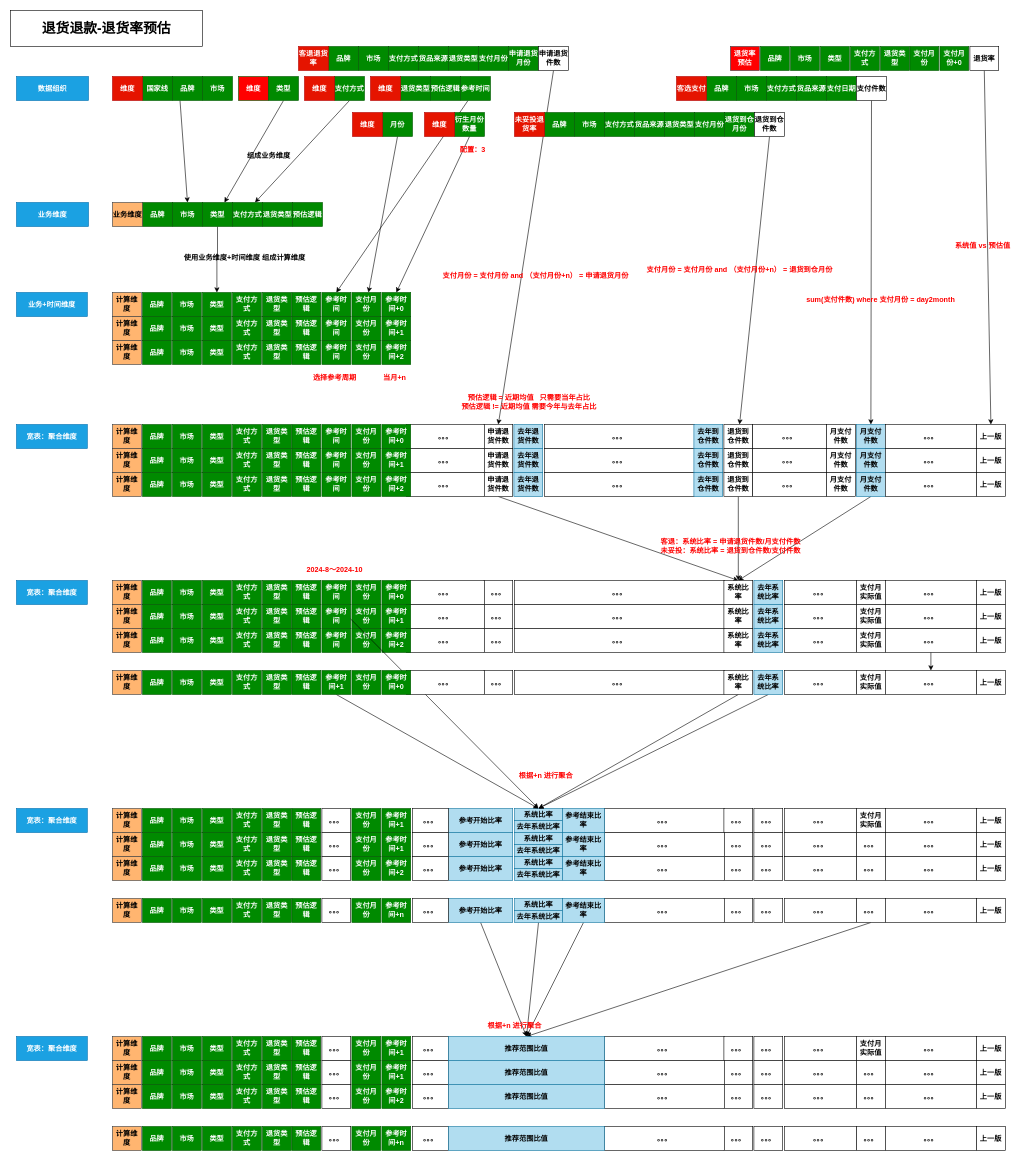
Msimplehub/abbysun keeps this draw.io diagram as shein/退货退款项目.drawio. Above is the earlier version. Source tidied: cells renumbered, new cells numbered last; positions are measured from the earlier drawing's top-left corner, leaving out a move shared by most shapes. Both pictures are drawn from the tidied source at 60%, with x=0, y=0 at pixel (10, 10).
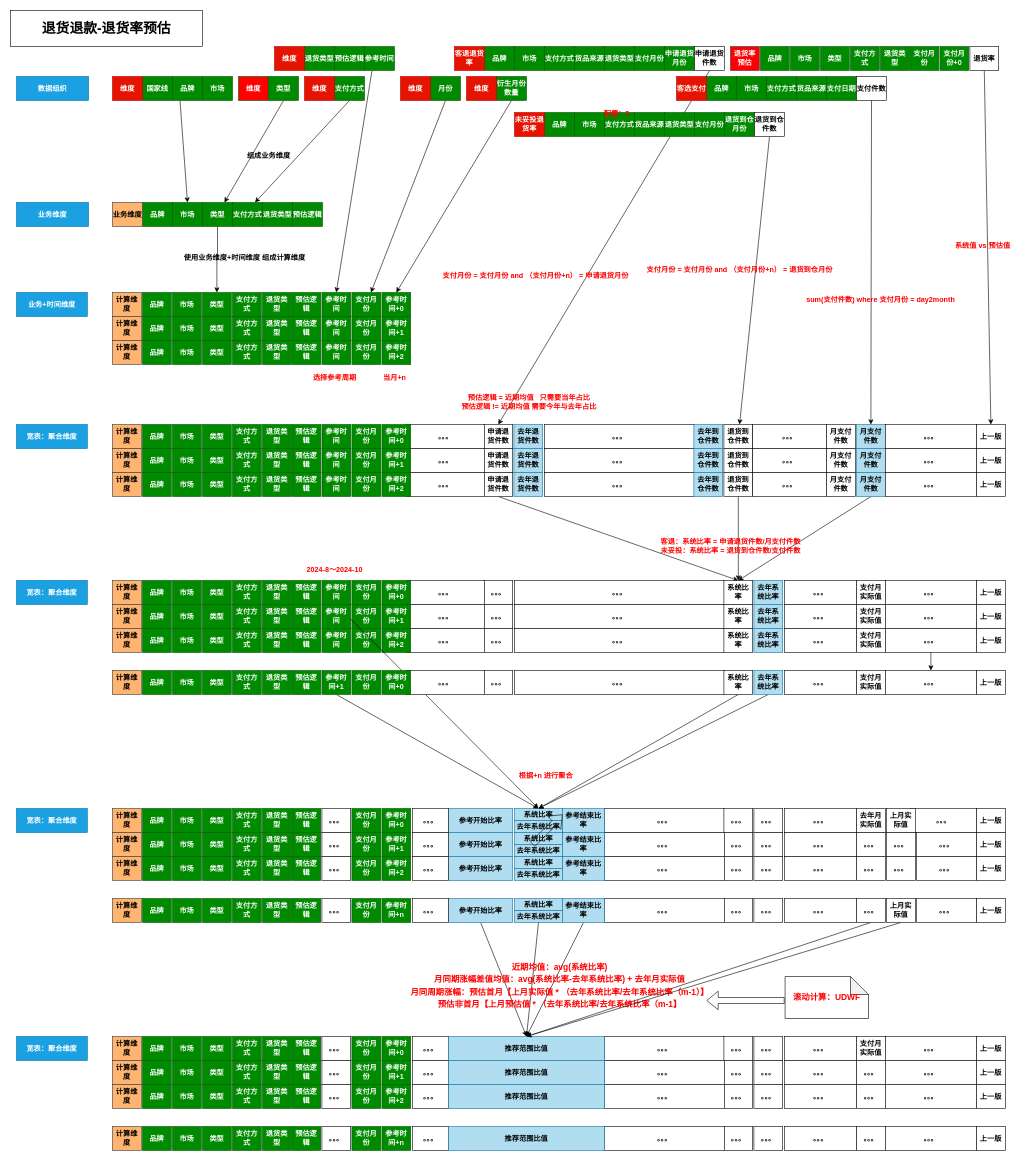
Above is the later version.

Commit message (it also covers changes not shown here):
更新退货退款项目.drawio

Unchanged cells that the change refers to:
```xml
<mxCell id="358" value="去年系统比率" style="rounded=0;whiteSpace=wrap;html=1;fontStyle=1;fillColor=#b1ddf0;strokeColor=#10739e;" parent="1" vertex="1">
  <mxGeometry x="840" y="1500" width="80" height="20" as="geometry" />
</mxCell>
<mxCell id="433" value="推荐范围比值" style="rounded=0;whiteSpace=wrap;html=1;fontStyle=1;fillColor=#b1ddf0;strokeColor=#10739e;" parent="1" vertex="1">
  <mxGeometry x="730" y="1710" width="260" height="40" as="geometry" />
</mxCell>
```

Diff of the diagram source:
```diff
@@
     <mxCell id="23" value="品牌" style="rounded=0;whiteSpace=wrap;html=1;fillColor=#008a00;fontColor=#ffffff;strokeColor=#005700;fontStyle=1;" parent="1" vertex="1">
-      <mxGeometry x="530" y="60" width="50" height="40" as="geometry" />
+      <mxGeometry x="790" y="60" width="50" height="40" as="geometry" />
     </mxCell>
     <mxCell id="24" value="市场" style="rounded=0;whiteSpace=wrap;html=1;fillColor=#008a00;fontColor=#ffffff;strokeColor=#005700;fontStyle=1;" parent="1" vertex="1">
-      <mxGeometry x="580" y="60" width="50" height="40" as="geometry" />
+      <mxGeometry x="840" y="60" width="50" height="40" as="geometry" />
     </mxCell>
     <mxCell id="25" value="支付方式" style="rounded=0;whiteSpace=wrap;html=1;fillColor=#008a00;fontColor=#ffffff;strokeColor=#005700;fontStyle=1;" parent="1" vertex="1">
-      <mxGeometry x="630" y="60" width="50" height="40" as="geometry" />
+      <mxGeometry x="890" y="60" width="50" height="40" as="geometry" />
     </mxCell>
     <mxCell id="26" value="货品来源" style="rounded=0;whiteSpace=wrap;html=1;fillColor=#008a00;fontColor=#ffffff;strokeColor=#005700;fontStyle=1;" parent="1" vertex="1">
-      <mxGeometry x="680" y="60" width="50" height="40" as="geometry" />
+      <mxGeometry x="940" y="60" width="50" height="40" as="geometry" />
     </mxCell>
     <mxCell id="27" value="退货类型" style="rounded=0;whiteSpace=wrap;html=1;fillColor=#008a00;fontColor=#ffffff;strokeColor=#005700;fontStyle=1;" parent="1" vertex="1">
-      <mxGeometry x="730" y="60" width="50" height="40" as="geometry" />
+      <mxGeometry x="990" y="60" width="50" height="40" as="geometry" />
     </mxCell>
     <mxCell id="28" value="支付月份" style="rounded=0;whiteSpace=wrap;html=1;fillColor=#008a00;fontColor=#ffffff;strokeColor=#005700;fontStyle=1;" parent="1" vertex="1">
-      <mxGeometry x="780" y="60" width="50" height="40" as="geometry" />
+      <mxGeometry x="1040" y="60" width="50" height="40" as="geometry" />
     </mxCell>
     <mxCell id="29" value="申请退货月份" style="rounded=0;whiteSpace=wrap;html=1;fillColor=#008a00;fontColor=#ffffff;strokeColor=#005700;fontStyle=1;" parent="1" vertex="1">
-      <mxGeometry x="830" y="60" width="50" height="40" as="geometry" />
+      <mxGeometry x="1090" y="60" width="50" height="40" as="geometry" />
     </mxCell>
@@
     <mxCell id="31" value="申请退货件数" style="rounded=0;whiteSpace=wrap;html=1;fontStyle=1;" parent="1" vertex="1">
-      <mxGeometry x="880" y="60" width="50" height="40" as="geometry" />
+      <mxGeometry x="1140" y="60" width="50" height="40" as="geometry" />
     </mxCell>
     <mxCell id="32" value="客退退货率" style="rounded=0;whiteSpace=wrap;html=1;fillColor=#e51400;fontColor=#ffffff;strokeColor=#B20000;fontStyle=1;" parent="1" vertex="1">
-      <mxGeometry x="480" y="60" width="50" height="40" as="geometry" />
+      <mxGeometry x="740" y="60" width="50" height="40" as="geometry" />
     </mxCell>
@@
     <mxCell id="44" value="月份" style="rounded=0;whiteSpace=wrap;html=1;fillColor=#008a00;fontColor=#ffffff;strokeColor=#005700;fontStyle=1;" parent="1" vertex="1">
-      <mxGeometry x="620" y="170" width="50" height="40" as="geometry" />
+      <mxGeometry x="700" y="110" width="50" height="40" as="geometry" />
     </mxCell>
     <mxCell id="45" value="维度" style="rounded=0;whiteSpace=wrap;html=1;fillColor=#e51400;fontColor=#ffffff;strokeColor=#B20000;fontStyle=1;" parent="1" vertex="1">
-      <mxGeometry x="570" y="170" width="50" height="40" as="geometry" />
+      <mxGeometry x="650" y="110" width="50" height="40" as="geometry" />
     </mxCell>
@@
     <mxCell id="56" value="退货类型" style="rounded=0;whiteSpace=wrap;html=1;fillColor=#008a00;fontColor=#ffffff;strokeColor=#005700;fontStyle=1;" parent="1" vertex="1">
-      <mxGeometry x="650" y="110" width="50" height="40" as="geometry" />
+      <mxGeometry x="490" y="60" width="50" height="40" as="geometry" />
     </mxCell>
     <mxCell id="57" value="维度" style="rounded=0;whiteSpace=wrap;html=1;fillColor=#e51400;fontColor=#ffffff;strokeColor=#B20000;fontStyle=1;" parent="1" vertex="1">
-      <mxGeometry x="600" y="110" width="50" height="40" as="geometry" />
+      <mxGeometry x="440" y="60" width="50" height="40" as="geometry" />
     </mxCell>
@@
     <mxCell id="60" value="衍生月份数量" style="rounded=0;whiteSpace=wrap;html=1;fillColor=#008a00;fontColor=#ffffff;strokeColor=#005700;fontStyle=1;" parent="1" vertex="1">
-      <mxGeometry x="740" y="170" width="50" height="40" as="geometry" />
+      <mxGeometry x="810" y="110" width="50" height="40" as="geometry" />
     </mxCell>
     <mxCell id="61" value="维度" style="rounded=0;whiteSpace=wrap;html=1;fillColor=#e51400;fontColor=#ffffff;strokeColor=#B20000;fontStyle=1;" parent="1" vertex="1">
-      <mxGeometry x="690" y="170" width="50" height="40" as="geometry" />
+      <mxGeometry x="760" y="110" width="50" height="40" as="geometry" />
     </mxCell>
@@
     <mxCell id="79" value="&lt;b&gt;&lt;font color=&quot;#ff0000&quot;&gt;配置：3&lt;/font&gt;&lt;/b&gt;" style="text;html=1;align=center;verticalAlign=middle;strokeColor=none;fillColor=none;" parent="1" vertex="1">
-      <mxGeometry x="735" y="218" width="70" height="30" as="geometry" />
+      <mxGeometry x="975" y="158" width="70" height="30" as="geometry" />
     </mxCell>
@@
     <mxCell id="172" value="预估逻辑" style="rounded=0;whiteSpace=wrap;html=1;fillColor=#008a00;fontColor=#ffffff;strokeColor=#005700;fontStyle=1;" parent="1" vertex="1">
-      <mxGeometry x="700" y="110" width="50" height="40" as="geometry" />
+      <mxGeometry x="540" y="60" width="50" height="40" as="geometry" />
     </mxCell>
     <mxCell id="173" value="参考时间" style="rounded=0;whiteSpace=wrap;html=1;fillColor=#008a00;fontColor=#ffffff;strokeColor=#005700;fontStyle=1;" parent="1" vertex="1">
-      <mxGeometry x="750" y="110" width="50" height="40" as="geometry" />
+      <mxGeometry x="590" y="60" width="50" height="40" as="geometry" />
     </mxCell>
@@
-    <mxCell id="244" value="支付月实际值" style="rounded=0;whiteSpace=wrap;html=1;fontStyle=1;" parent="1" vertex="1">
+    <mxCell id="244" value="去年月实际值" style="rounded=0;whiteSpace=wrap;html=1;fontStyle=1;" parent="1" vertex="1">
       <mxGeometry x="1410" y="1330" width="48" height="40" as="geometry" />
     </mxCell>
@@
     <mxCell id="248" value="。。。" style="rounded=0;whiteSpace=wrap;html=1;fontStyle=1;" parent="1" vertex="1">
-      <mxGeometry x="1458" y="1330" width="152" height="40" as="geometry" />
+      <mxGeometry x="1500" y="1330" width="110" height="40" as="geometry" />
     </mxCell>
@@
     <mxCell id="253" value="。。。" style="rounded=0;whiteSpace=wrap;html=1;fontStyle=1;" parent="1" vertex="1">
-      <mxGeometry x="1458" y="1370" width="152" height="40" as="geometry" />
+      <mxGeometry x="1510" y="1370" width="100" height="40" as="geometry" />
     </mxCell>
@@
     <mxCell id="258" value="。。。" style="rounded=0;whiteSpace=wrap;html=1;fontStyle=1;" parent="1" vertex="1">
-      <mxGeometry x="1458" y="1410" width="152" height="40" as="geometry" />
+      <mxGeometry x="1510" y="1410" width="100" height="40" as="geometry" />
     </mxCell>
@@
-    <mxCell id="280" value="参考时间+1" style="rounded=0;whiteSpace=wrap;html=1;fillColor=#008a00;fontColor=#ffffff;strokeColor=#005700;fontStyle=1;" parent="1" vertex="1">
+    <mxCell id="280" value="参考时间+0" style="rounded=0;whiteSpace=wrap;html=1;fillColor=#008a00;fontColor=#ffffff;strokeColor=#005700;fontStyle=1;" parent="1" vertex="1">
       <mxGeometry x="619" y="1330" width="48" height="40" as="geometry" />
     </mxCell>
@@
     <mxCell id="322" value="。。。" style="rounded=0;whiteSpace=wrap;html=1;fontStyle=1;" parent="1" vertex="1">
-      <mxGeometry x="1458" y="1480" width="152" height="40" as="geometry" />
+      <mxGeometry x="1510" y="1480" width="100" height="40" as="geometry" />
     </mxCell>
@@
-    <mxCell id="357" style="rounded=0;jettySize=auto;html=1;exitX=0.5;exitY=1;exitDx=0;exitDy=0;" parent="1" edge="1" source="358">
-      <mxGeometry relative="1" as="geometry">
-        <mxPoint x="860" y="1710" as="targetPoint" />
-      </mxGeometry>
-    </mxCell>
@@
-    <mxCell id="396" value="参考时间+1" style="rounded=0;whiteSpace=wrap;html=1;fillColor=#008a00;fontColor=#ffffff;strokeColor=#005700;fontStyle=1;" parent="1" vertex="1">
+    <mxCell id="396" value="参考时间+0" style="rounded=0;whiteSpace=wrap;html=1;fillColor=#008a00;fontColor=#ffffff;strokeColor=#005700;fontStyle=1;" parent="1" vertex="1">
       <mxGeometry x="619" y="1710" width="48" height="40" as="geometry" />
     </mxCell>
@@
-    <mxCell id="426" value="&lt;b&gt;&lt;font color=&quot;#ff0000&quot;&gt;根据+n 进行聚合&lt;/font&gt;&lt;/b&gt;" style="text;html=1;align=center;verticalAlign=middle;strokeColor=none;fillColor=none;" parent="1" vertex="1">
-      <mxGeometry x="785" y="1678" width="110" height="30" as="geometry" />
-    </mxCell>
@@
+    <mxCell id="437" style="rounded=0;jettySize=auto;html=1;exitX=0.5;exitY=1;exitDx=0;exitDy=0;entryX=0.5;entryY=0;entryDx=0;entryDy=0;" parent="1" edge="1" source="358" target="433">
+      <mxGeometry relative="1" as="geometry" />
+    </mxCell>
+    <mxCell id="426" value="&lt;font style=&quot;font-size: 14px;&quot; color=&quot;#ff0000&quot;&gt;&lt;b style=&quot;&quot;&gt;近期均值：avg(系统比率)&lt;/b&gt;&lt;/font&gt;&lt;div&gt;&lt;font color=&quot;#ff0000&quot;&gt;&lt;span style=&quot;font-size: 14px;&quot;&gt;&lt;b&gt;月同期涨幅差值均值：avg(系统比率-去年系统比率) + 去年月实际值&lt;/b&gt;&lt;/span&gt;&lt;/font&gt;&lt;/div&gt;&lt;div&gt;&lt;font color=&quot;#ff0000&quot;&gt;&lt;span style=&quot;font-size: 14px;&quot;&gt;&lt;b&gt;月同周期涨幅：预估首月【上月实际值 * （去年系统比率/去年系统比率（m-1）】&lt;/b&gt;&lt;/span&gt;&lt;/font&gt;&lt;/div&gt;&lt;div&gt;&lt;font color=&quot;#ff0000&quot;&gt;&lt;span style=&quot;font-size: 14px;&quot;&gt;&lt;b&gt;预估非首月【&lt;/b&gt;&lt;/span&gt;&lt;/font&gt;&lt;b style=&quot;background-color: initial; color: rgb(255, 0, 0); font-size: 14px;&quot;&gt;上月预估值 * （去年系统比率/去年系统比率（m-1&lt;/b&gt;&lt;b style=&quot;font-size: 14px; color: rgb(255, 0, 0); background-color: initial;&quot;&gt;】&lt;/b&gt;&lt;/div&gt;" style="text;html=1;align=center;verticalAlign=middle;strokeColor=none;fillColor=none;fontSize=17;" parent="1" vertex="1">
+      <mxGeometry x="655" y="1575" width="520" height="100" as="geometry" />
+    </mxCell>
+    <mxCell id="438" value="上月实际值" style="rounded=0;whiteSpace=wrap;html=1;fontStyle=1;" parent="1" vertex="1">
+      <mxGeometry x="1460" y="1330" width="48" height="40" as="geometry" />
+    </mxCell>
+    <mxCell id="439" value="。。。" style="rounded=0;whiteSpace=wrap;html=1;fontStyle=1;" parent="1" vertex="1">
+      <mxGeometry x="1460" y="1370" width="48" height="40" as="geometry" />
+    </mxCell>
+    <mxCell id="440" value="。。。" style="rounded=0;whiteSpace=wrap;html=1;fontStyle=1;" parent="1" vertex="1">
+      <mxGeometry x="1460" y="1410" width="48" height="40" as="geometry" />
+    </mxCell>
+    <mxCell id="441" style="rounded=0;jettySize=auto;html=1;exitX=0.5;exitY=1;exitDx=0;exitDy=0;entryX=0.5;entryY=0;entryDx=0;entryDy=0;" parent="1" edge="1" source="442" target="433">
+      <mxGeometry relative="1" as="geometry" />
+    </mxCell>
+    <mxCell id="442" value="上月实际值" style="rounded=0;whiteSpace=wrap;html=1;fontStyle=1;" parent="1" vertex="1">
+      <mxGeometry x="1460" y="1480" width="48" height="40" as="geometry" />
+    </mxCell>
+    <mxCell id="443" style="shape=flexArrow;endArrow=classic;html=1;rounded=0;" parent="1" edge="1">
+      <mxGeometry relative="1" as="geometry">
+        <mxPoint x="870" y="1390" as="sourcePoint" />
+        <mxPoint x="920" y="1340" as="targetPoint" />
+      </mxGeometry>
+    </mxCell>
+    <mxCell id="444" style="shape=flexArrow;endArrow=classic;html=1;rounded=0;" parent="1" edge="1">
+      <mxGeometry relative="1" as="geometry">
+        <mxPoint x="1290" y="1650" as="sourcePoint" />
+        <mxPoint x="1160" y="1650" as="targetPoint" />
+      </mxGeometry>
+    </mxCell>
+    <mxCell id="445" value="&lt;b&gt;&lt;font style=&quot;font-size: 14px;&quot; color=&quot;#ff0000&quot;&gt;滚动计算：UDWF&lt;/font&gt;&lt;/b&gt;" style="shape=note;whiteSpace=wrap;html=1;backgroundOutline=1;darkOpacity=0.05;" parent="1" vertex="1">
+      <mxGeometry x="1291" y="1610" width="139" height="70" as="geometry" />
+    </mxCell>
```
